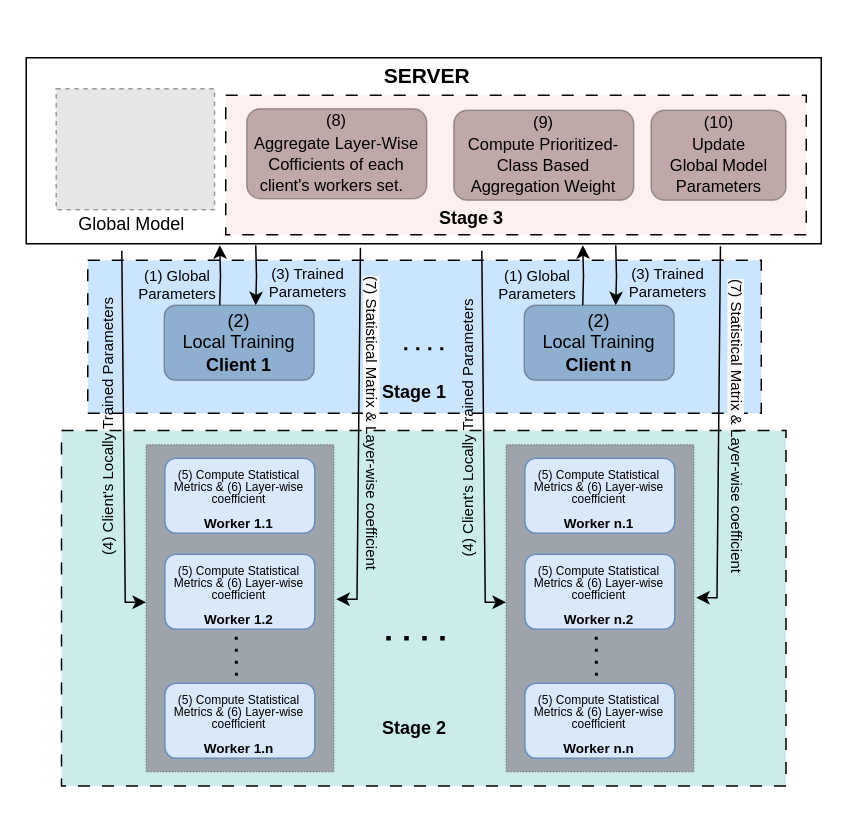
The draw.io diagram Copy of FedSat_FrameWork_Design.drawio in sujit880/Plotting_Graphs, before the edit. Source tidied: cells renumbered, new cells numbered last; positions are measured from the earlier drawing's top-left corner, leaving out a move shared by most shapes. Both pictures are drawn from the tidied source at 150%, with x=0, y=0 at pixel (-26, 56). Pictures stored in the file or linked from it are replaced by grey dashed boxes.
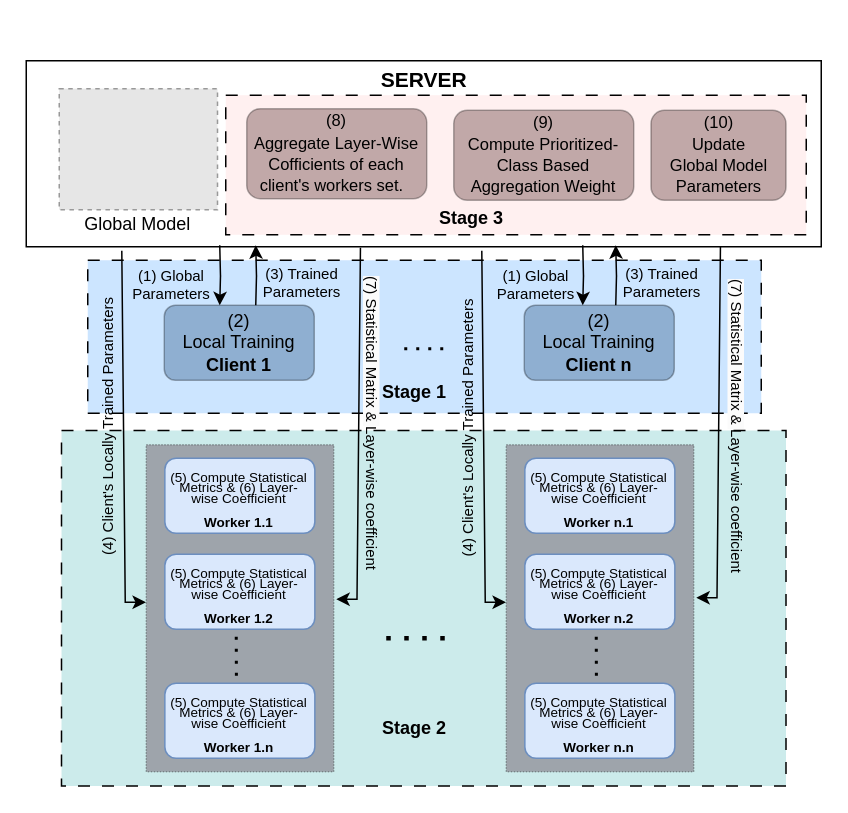
After the change.

Unchanged cells that the change refers to:
```xml
<mxCell id="16" style="group;" parent="1" vertex="1">
  <mxGeometry x="114" y="259" width="125" height="218" as="geometry" />
</mxCell>
<mxCell id="22" style="group;" parent="1" vertex="1">
  <mxGeometry x="354" y="259" width="125" height="218" as="geometry" />
</mxCell>
<mxCell id="28" style="group;" parent="1" vertex="1">
  <mxGeometry x="126" y="126" width="100" height="90" as="geometry" />
</mxCell>
<mxCell id="32" style="group;" parent="1" vertex="1">
  <mxGeometry x="366" y="126" width="100" height="90" as="geometry" />
</mxCell>
```

The edit, as a diff of the source:
```diff
@@
     <mxCell id="3" style="rounded=0;whiteSpace=wrap;html=1;" parent="1" vertex="1">
-      <mxGeometry x="34" y="1" width="530" height="124" as="geometry" />
+      <mxGeometry x="34" y="3" width="530" height="124" as="geometry" />
     </mxCell>
@@
     <mxCell id="11" style="fillColor=#E6E6E6;strokeColor=#999999;dashed=1;verticalLabelPosition=bottom;labelBackgroundColor=default;verticalAlign=top;" parent="1" vertex="1">
-      <mxGeometry x="54" y="21.6" width="105.5" height="80.8" as="geometry" />
+      <mxGeometry x="56" y="21.6" width="105.5" height="80.8" as="geometry" />
     </mxCell>
     <mxCell id="12" value="Global Model" style="text;html=1;align=center;verticalAlign=middle;whiteSpace=wrap;rounded=0;" parent="1" vertex="1">
-      <mxGeometry x="67.1" y="97" width="75.2" height="30" as="geometry" />
+      <mxGeometry x="71.1" y="97" width="75.2" height="30" as="geometry" />
     </mxCell>
-    <mxCell id="13" value="&lt;h1&gt;&lt;b&gt;&lt;font style=&quot;font-size: 14px;&quot;&gt;SERVER&lt;/font&gt;&lt;/b&gt;&lt;/h1&gt;" style="text;html=1;align=center;verticalAlign=middle;whiteSpace=wrap;rounded=0;" parent="1" vertex="1">
-      <mxGeometry x="277.8" width="47.2" height="20" as="geometry" />
+    <mxCell id="13" value="&lt;h1 style=&quot;line-height: 0%;&quot;&gt;&lt;b&gt;&lt;font style=&quot;font-size: 14px;&quot;&gt;SERVER&lt;/font&gt;&lt;/b&gt;&lt;/h1&gt;" style="text;html=1;align=center;verticalAlign=middle;whiteSpace=wrap;rounded=0;" parent="1" vertex="1">
+      <mxGeometry x="264" y="3" width="71" height="22.6" as="geometry" />
     </mxCell>
@@
-    <mxCell id="19" value="&lt;p style=&quot;line-height: 50%;&quot;&gt;&lt;font style=&quot;font-size: 8px;&quot;&gt;(5) Compute Statistical&lt;br&gt;Metrics &amp;amp; (6)&amp;nbsp;&lt;/font&gt;&lt;span style=&quot;background-color: initial;&quot;&gt;&lt;span style=&quot;font-size: 8px;&quot;&gt;Layer-wise coefficient&lt;/span&gt;&lt;/span&gt;&lt;/p&gt;&lt;p style=&quot;line-height: 0%;&quot;&gt;&lt;span style=&quot;background-color: initial;&quot;&gt;&lt;b style=&quot;&quot;&gt;&lt;font style=&quot;font-size: 9px;&quot;&gt;Worker 1.n&lt;/font&gt;&lt;/b&gt;&lt;/span&gt;&lt;/p&gt;" style="rounded=1;whiteSpace=wrap;html=1;fillColor=#dae8fc;strokeColor=#6c8ebf;" parent="16" vertex="1">
+    <mxCell id="19" value="&lt;p style=&quot;line-height: 6px;&quot;&gt;&lt;font style=&quot;font-size: 9px;&quot;&gt;(5)&lt;/font&gt;&lt;font style=&quot;font-size: 9px;&quot;&gt;&amp;nbsp;&lt;/font&gt;&lt;font style=&quot;font-size: 9px;&quot;&gt;Compute&lt;/font&gt;&lt;font style=&quot;font-size: 9px;&quot;&gt;&amp;nbsp;&lt;/font&gt;&lt;font style=&quot;font-size: 9px;&quot;&gt;Statistical&lt;/font&gt;&lt;br&gt;&lt;font style=&quot;font-size: 9px;&quot;&gt;Metrics&lt;/font&gt;&lt;font style=&quot;font-size: 9px;&quot;&gt;&amp;nbsp;&lt;/font&gt;&lt;font style=&quot;font-size: 9px;&quot;&gt;&amp;amp; (6)&amp;nbsp;&lt;/font&gt;&lt;span style=&quot;background-color: initial;&quot;&gt;&lt;font style=&quot;font-size: 9px;&quot;&gt;Layer-wise&lt;/font&gt;&lt;span style=&quot;font-size: 9px;&quot;&gt;&amp;nbsp;C&lt;/span&gt;&lt;font style=&quot;font-size: 9px;&quot;&gt;oefficient&lt;/font&gt;&lt;/span&gt;&lt;/p&gt;&lt;p style=&quot;line-height: 0px;&quot;&gt;&lt;span style=&quot;background-color: initial;&quot;&gt;&lt;b&gt;&lt;font style=&quot;font-size: 9px;&quot;&gt;Worker 1.n&lt;/font&gt;&lt;/b&gt;&lt;/span&gt;&lt;/p&gt;" style="rounded=1;whiteSpace=wrap;html=1;fillColor=#dae8fc;strokeColor=#6c8ebf;" parent="16" vertex="1">
       <mxGeometry x="12.4" y="159" width="100" height="50" as="geometry" />
     </mxCell>
-    <mxCell id="20" value="&lt;p style=&quot;line-height: 50%;&quot;&gt;&lt;font style=&quot;font-size: 8px;&quot;&gt;(5) Compute Statistical&lt;br&gt;Metrics &amp;amp; (6)&amp;nbsp;&lt;/font&gt;&lt;span style=&quot;background-color: initial;&quot;&gt;&lt;span style=&quot;font-size: 8px;&quot;&gt;Layer-wise coefficient&lt;/span&gt;&lt;/span&gt;&lt;/p&gt;&lt;p style=&quot;line-height: 0%;&quot;&gt;&lt;span style=&quot;background-color: initial;&quot;&gt;&lt;b style=&quot;&quot;&gt;&lt;font style=&quot;font-size: 9px;&quot;&gt;Worker 1.1&lt;/font&gt;&lt;/b&gt;&lt;/span&gt;&lt;/p&gt;" style="rounded=1;whiteSpace=wrap;html=1;fillColor=#dae8fc;strokeColor=#6c8ebf;" parent="16" vertex="1">
+    <mxCell id="20" value="&lt;p style=&quot;line-height: 6px;&quot;&gt;&lt;font style=&quot;font-size: 9px;&quot;&gt;(5)&lt;/font&gt;&lt;font style=&quot;font-size: 9px;&quot;&gt;&amp;nbsp;&lt;/font&gt;&lt;font style=&quot;font-size: 9px;&quot;&gt;Compute&lt;/font&gt;&lt;font style=&quot;font-size: 9px;&quot;&gt;&amp;nbsp;&lt;/font&gt;&lt;font style=&quot;font-size: 9px;&quot;&gt;Statistical&lt;/font&gt;&lt;br&gt;&lt;font style=&quot;font-size: 9px;&quot;&gt;Metrics&lt;/font&gt;&lt;font style=&quot;font-size: 9px;&quot;&gt;&amp;nbsp;&lt;/font&gt;&lt;font style=&quot;font-size: 9px;&quot;&gt;&amp;amp; (6)&amp;nbsp;&lt;/font&gt;&lt;span style=&quot;background-color: initial;&quot;&gt;&lt;font style=&quot;font-size: 9px;&quot;&gt;Layer-wise&lt;/font&gt;&lt;span style=&quot;font-size: 9px;&quot;&gt;&amp;nbsp;C&lt;/span&gt;&lt;font style=&quot;font-size: 9px;&quot;&gt;oefficient&lt;/font&gt;&lt;/span&gt;&lt;/p&gt;&lt;p style=&quot;line-height: 0px;&quot;&gt;&lt;span style=&quot;background-color: initial;&quot;&gt;&lt;b&gt;&lt;font style=&quot;font-size: 9px;&quot;&gt;Worker 1.1&lt;/font&gt;&lt;/b&gt;&lt;/span&gt;&lt;/p&gt;" style="rounded=1;whiteSpace=wrap;html=1;fillColor=#dae8fc;strokeColor=#6c8ebf;" parent="16" vertex="1">
       <mxGeometry x="12.4" y="9" width="100" height="50" as="geometry" />
     </mxCell>
-    <mxCell id="21" value="&lt;p style=&quot;line-height: 50%;&quot;&gt;&lt;font style=&quot;font-size: 8px;&quot;&gt;(5) Compute Statistical&lt;br&gt;Metrics &amp;amp; (6)&amp;nbsp;&lt;/font&gt;&lt;span style=&quot;background-color: initial;&quot;&gt;&lt;span style=&quot;font-size: 8px;&quot;&gt;Layer-wise coefficient&lt;/span&gt;&lt;/span&gt;&lt;/p&gt;&lt;p style=&quot;line-height: 0%;&quot;&gt;&lt;span style=&quot;background-color: initial;&quot;&gt;&lt;b style=&quot;&quot;&gt;&lt;font style=&quot;font-size: 9px;&quot;&gt;Worker 1.2&lt;/font&gt;&lt;/b&gt;&lt;/span&gt;&lt;/p&gt;" style="rounded=1;whiteSpace=wrap;html=1;fillColor=#dae8fc;strokeColor=#6c8ebf;" parent="16" vertex="1">
+    <mxCell id="21" value="&lt;p style=&quot;line-height: 6px;&quot;&gt;&lt;font style=&quot;font-size: 9px;&quot;&gt;(5)&lt;/font&gt;&lt;font style=&quot;font-size: 9px;&quot;&gt;&amp;nbsp;&lt;/font&gt;&lt;font style=&quot;font-size: 9px;&quot;&gt;Compute&lt;/font&gt;&lt;font style=&quot;font-size: 9px;&quot;&gt;&amp;nbsp;&lt;/font&gt;&lt;font style=&quot;font-size: 9px;&quot;&gt;Statistical&lt;/font&gt;&lt;br&gt;&lt;font style=&quot;font-size: 9px;&quot;&gt;Metrics&lt;/font&gt;&lt;font style=&quot;font-size: 9px;&quot;&gt;&amp;nbsp;&lt;/font&gt;&lt;font style=&quot;font-size: 9px;&quot;&gt;&amp;amp; (6)&amp;nbsp;&lt;/font&gt;&lt;span style=&quot;background-color: initial;&quot;&gt;&lt;font style=&quot;font-size: 9px;&quot;&gt;Layer-wise&lt;/font&gt;&lt;span style=&quot;font-size: 9px;&quot;&gt;&amp;nbsp;C&lt;/span&gt;&lt;font style=&quot;font-size: 9px;&quot;&gt;oefficient&lt;/font&gt;&lt;/span&gt;&lt;/p&gt;&lt;p style=&quot;line-height: 0px;&quot;&gt;&lt;span style=&quot;background-color: initial;&quot;&gt;&lt;b&gt;&lt;font style=&quot;font-size: 9px;&quot;&gt;Worker 1.2&lt;/font&gt;&lt;/b&gt;&lt;/span&gt;&lt;/p&gt;" style="rounded=1;whiteSpace=wrap;html=1;fillColor=#dae8fc;strokeColor=#6c8ebf;" parent="16" vertex="1">
       <mxGeometry x="12.4" y="73" width="100" height="50" as="geometry" />
     </mxCell>
@@
-    <mxCell id="25" value="&lt;p style=&quot;line-height: 50%;&quot;&gt;&lt;font style=&quot;font-size: 8px;&quot;&gt;(5) Compute Statistical&lt;br&gt;Metrics &amp;amp; (6)&amp;nbsp;&lt;/font&gt;&lt;span style=&quot;background-color: initial;&quot;&gt;&lt;span style=&quot;font-size: 8px;&quot;&gt;Layer-wise coefficient&lt;/span&gt;&lt;/span&gt;&lt;/p&gt;&lt;p style=&quot;line-height: 0%;&quot;&gt;&lt;span style=&quot;background-color: initial;&quot;&gt;&lt;b style=&quot;&quot;&gt;&lt;font style=&quot;font-size: 9px;&quot;&gt;Worker n.n&lt;/font&gt;&lt;/b&gt;&lt;/span&gt;&lt;/p&gt;" style="rounded=1;whiteSpace=wrap;html=1;fillColor=#dae8fc;strokeColor=#6c8ebf;" parent="22" vertex="1">
+    <mxCell id="25" value="&lt;p style=&quot;line-height: 6px;&quot;&gt;&lt;font style=&quot;font-size: 9px;&quot;&gt;(5)&lt;/font&gt;&lt;font style=&quot;font-size: 9px;&quot;&gt;&amp;nbsp;&lt;/font&gt;&lt;font style=&quot;font-size: 9px;&quot;&gt;Compute&lt;/font&gt;&lt;font style=&quot;font-size: 9px;&quot;&gt;&amp;nbsp;&lt;/font&gt;&lt;font style=&quot;font-size: 9px;&quot;&gt;Statistical&lt;/font&gt;&lt;br&gt;&lt;font style=&quot;font-size: 9px;&quot;&gt;Metrics&lt;/font&gt;&lt;font style=&quot;font-size: 9px;&quot;&gt;&amp;nbsp;&lt;/font&gt;&lt;font style=&quot;font-size: 9px;&quot;&gt;&amp;amp; (6)&amp;nbsp;&lt;/font&gt;&lt;span style=&quot;background-color: initial;&quot;&gt;&lt;font style=&quot;font-size: 9px;&quot;&gt;Layer-wise&lt;/font&gt;&lt;span style=&quot;font-size: 9px;&quot;&gt;&amp;nbsp;C&lt;/span&gt;&lt;font style=&quot;font-size: 9px;&quot;&gt;oefficient&lt;/font&gt;&lt;/span&gt;&lt;/p&gt;&lt;p style=&quot;line-height: 0px;&quot;&gt;&lt;span style=&quot;background-color: initial;&quot;&gt;&lt;b&gt;&lt;font style=&quot;font-size: 9px;&quot;&gt;Worker n.n&lt;/font&gt;&lt;/b&gt;&lt;/span&gt;&lt;/p&gt;" style="rounded=1;whiteSpace=wrap;html=1;fillColor=#dae8fc;strokeColor=#6c8ebf;" parent="22" vertex="1">
       <mxGeometry x="12.4" y="159" width="100" height="50" as="geometry" />
     </mxCell>
-    <mxCell id="26" value="&lt;p style=&quot;line-height: 50%;&quot;&gt;&lt;font style=&quot;font-size: 8px;&quot;&gt;(5) Compute Statistical&lt;br&gt;Metrics &amp;amp; (6)&amp;nbsp;&lt;/font&gt;&lt;span style=&quot;background-color: initial;&quot;&gt;&lt;span style=&quot;font-size: 8px;&quot;&gt;Layer-wise coefficient&lt;/span&gt;&lt;/span&gt;&lt;/p&gt;&lt;p style=&quot;line-height: 0%;&quot;&gt;&lt;span style=&quot;background-color: initial;&quot;&gt;&lt;b style=&quot;&quot;&gt;&lt;font style=&quot;font-size: 9px;&quot;&gt;Worker n.1&lt;/font&gt;&lt;/b&gt;&lt;/span&gt;&lt;/p&gt;" style="rounded=1;whiteSpace=wrap;html=1;fillColor=#dae8fc;strokeColor=#6c8ebf;" parent="22" vertex="1">
+    <mxCell id="26" value="&lt;p style=&quot;line-height: 6px;&quot;&gt;&lt;font style=&quot;font-size: 9px;&quot;&gt;(5)&lt;/font&gt;&lt;font style=&quot;font-size: 9px;&quot;&gt;&amp;nbsp;&lt;/font&gt;&lt;font style=&quot;font-size: 9px;&quot;&gt;Compute&lt;/font&gt;&lt;font style=&quot;font-size: 9px;&quot;&gt;&amp;nbsp;&lt;/font&gt;&lt;font style=&quot;font-size: 9px;&quot;&gt;Statistical&lt;/font&gt;&lt;br&gt;&lt;font style=&quot;font-size: 9px;&quot;&gt;Metrics&lt;/font&gt;&lt;font style=&quot;font-size: 9px;&quot;&gt;&amp;nbsp;&lt;/font&gt;&lt;font style=&quot;font-size: 9px;&quot;&gt;&amp;amp; (6)&amp;nbsp;&lt;/font&gt;&lt;span style=&quot;background-color: initial;&quot;&gt;&lt;font style=&quot;font-size: 9px;&quot;&gt;Layer-wise&lt;/font&gt;&lt;span style=&quot;font-size: 9px;&quot;&gt;&amp;nbsp;C&lt;/span&gt;&lt;font style=&quot;font-size: 9px;&quot;&gt;oefficient&lt;/font&gt;&lt;/span&gt;&lt;/p&gt;&lt;p style=&quot;line-height: 0px;&quot;&gt;&lt;span style=&quot;background-color: initial;&quot;&gt;&lt;b&gt;&lt;font style=&quot;font-size: 9px;&quot;&gt;Worker n.1&lt;/font&gt;&lt;/b&gt;&lt;/span&gt;&lt;/p&gt;" style="rounded=1;whiteSpace=wrap;html=1;fillColor=#dae8fc;strokeColor=#6c8ebf;" parent="22" vertex="1">
       <mxGeometry x="12.4" y="9" width="100" height="50" as="geometry" />
     </mxCell>
-    <mxCell id="27" value="&lt;p style=&quot;line-height: 50%;&quot;&gt;&lt;font style=&quot;font-size: 8px;&quot;&gt;(5) Compute Statistical&lt;br&gt;Metrics &amp;amp; (6)&amp;nbsp;&lt;/font&gt;&lt;span style=&quot;background-color: initial;&quot;&gt;&lt;span style=&quot;font-size: 8px;&quot;&gt;Layer-wise coefficient&lt;/span&gt;&lt;/span&gt;&lt;/p&gt;&lt;p style=&quot;line-height: 0%;&quot;&gt;&lt;span style=&quot;background-color: initial;&quot;&gt;&lt;b style=&quot;&quot;&gt;&lt;font style=&quot;font-size: 9px;&quot;&gt;Worker n.2&lt;/font&gt;&lt;/b&gt;&lt;/span&gt;&lt;/p&gt;" style="rounded=1;whiteSpace=wrap;html=1;fillColor=#dae8fc;strokeColor=#6c8ebf;" parent="22" vertex="1">
+    <mxCell id="27" value="&lt;p style=&quot;line-height: 6px;&quot;&gt;&lt;font style=&quot;font-size: 9px;&quot;&gt;(5)&lt;/font&gt;&lt;font style=&quot;font-size: 9px;&quot;&gt;&amp;nbsp;&lt;/font&gt;&lt;font style=&quot;font-size: 9px;&quot;&gt;Compute&lt;/font&gt;&lt;font style=&quot;font-size: 9px;&quot;&gt;&amp;nbsp;&lt;/font&gt;&lt;font style=&quot;font-size: 9px;&quot;&gt;Statistical&lt;/font&gt;&lt;br&gt;&lt;font style=&quot;font-size: 9px;&quot;&gt;Metrics&lt;/font&gt;&lt;font style=&quot;font-size: 9px;&quot;&gt;&amp;nbsp;&lt;/font&gt;&lt;font style=&quot;font-size: 9px;&quot;&gt;&amp;amp; (6)&amp;nbsp;&lt;/font&gt;&lt;span style=&quot;background-color: initial;&quot;&gt;&lt;font style=&quot;font-size: 9px;&quot;&gt;Layer-wise&lt;/font&gt;&lt;span style=&quot;font-size: 9px;&quot;&gt;&amp;nbsp;C&lt;/span&gt;&lt;font style=&quot;font-size: 9px;&quot;&gt;oefficient&lt;/font&gt;&lt;/span&gt;&lt;/p&gt;&lt;p style=&quot;line-height: 0px;&quot;&gt;&lt;span style=&quot;background-color: initial;&quot;&gt;&lt;b&gt;&lt;font style=&quot;font-size: 9px;&quot;&gt;Worker n.2&lt;/font&gt;&lt;/b&gt;&lt;/span&gt;&lt;/p&gt;" style="rounded=1;whiteSpace=wrap;html=1;fillColor=#dae8fc;strokeColor=#6c8ebf;" parent="22" vertex="1">
       <mxGeometry x="12.4" y="73" width="100" height="50" as="geometry" />
     </mxCell>
@@
     <mxCell id="29" style="edgeStyle=orthogonalEdgeStyle;rounded=0;orthogonalLoop=1;jettySize=auto;html=1;exitX=0.25;exitY=0;exitDx=0;exitDy=0;" parent="28" edge="1">
       <mxGeometry relative="1" as="geometry">
-        <mxPoint x="37" y="40" as="sourcePoint" />
-        <mxPoint x="37" as="targetPoint" />
+        <mxPoint x="37" as="sourcePoint" />
+        <mxPoint x="37" y="40" as="targetPoint" />
       </mxGeometry>
     </mxCell>
     <mxCell id="30" style="edgeStyle=orthogonalEdgeStyle;rounded=0;orthogonalLoop=1;jettySize=auto;html=1;entryX=0.75;entryY=0;entryDx=0;entryDy=0;" parent="28" edge="1">
       <mxGeometry relative="1" as="geometry">
-        <mxPoint x="61" as="sourcePoint" />
-        <mxPoint x="61" y="40" as="targetPoint" />
+        <mxPoint x="61" y="40" as="sourcePoint" />
+        <mxPoint x="61" as="targetPoint" />
       </mxGeometry>
     </mxCell>
@@
     <mxCell id="33" style="edgeStyle=orthogonalEdgeStyle;rounded=0;orthogonalLoop=1;jettySize=auto;html=1;exitX=0.25;exitY=0;exitDx=0;exitDy=0;" parent="32" edge="1">
       <mxGeometry relative="1" as="geometry">
-        <mxPoint x="39" y="40" as="sourcePoint" />
-        <mxPoint x="39" as="targetPoint" />
+        <mxPoint x="39" as="sourcePoint" />
+        <mxPoint x="39" y="40" as="targetPoint" />
       </mxGeometry>
     </mxCell>
     <mxCell id="34" style="edgeStyle=orthogonalEdgeStyle;rounded=0;orthogonalLoop=1;jettySize=auto;html=1;entryX=0.75;entryY=0;entryDx=0;entryDy=0;" parent="32" edge="1">
       <mxGeometry relative="1" as="geometry">
-        <mxPoint x="61" as="sourcePoint" />
-        <mxPoint x="61" y="40" as="targetPoint" />
+        <mxPoint x="61" y="40" as="sourcePoint" />
+        <mxPoint x="61" as="targetPoint" />
       </mxGeometry>
     </mxCell>
@@
     <mxCell id="42" value="&lt;p style=&quot;line-height: 90%;&quot;&gt;&lt;font style=&quot;font-size: 10px;&quot;&gt;(1) Global Parameters&lt;/font&gt;&lt;/p&gt;" style="text;html=1;align=center;verticalAlign=middle;whiteSpace=wrap;rounded=0;" parent="1" vertex="1">
-      <mxGeometry x="104.5" y="137" width="60" height="30" as="geometry" />
+      <mxGeometry x="100.5" y="137" width="60" height="30" as="geometry" />
     </mxCell>
     <mxCell id="43" value="&lt;p style=&quot;line-height: 90%;&quot;&gt;&lt;font style=&quot;font-size: 10px;&quot;&gt;(1) Global Parameters&lt;/font&gt;&lt;/p&gt;" style="text;html=1;align=center;verticalAlign=middle;whiteSpace=wrap;rounded=0;" parent="1" vertex="1">
-      <mxGeometry x="344.5" y="137" width="60" height="30" as="geometry" />
+      <mxGeometry x="343.5" y="137" width="60" height="30" as="geometry" />
     </mxCell>
     <mxCell id="44" value="&lt;p style=&quot;line-height: 90%;&quot;&gt;&lt;font style=&quot;font-size: 10px;&quot;&gt;(3) Trained Parameters&lt;/font&gt;&lt;/p&gt;" style="text;html=1;align=center;verticalAlign=middle;whiteSpace=wrap;rounded=0;" parent="1" vertex="1">
-      <mxGeometry x="431.5" y="136" width="60" height="30" as="geometry" />
+      <mxGeometry x="427.5" y="136" width="60" height="30" as="geometry" />
     </mxCell>
     <mxCell id="45" value="&lt;p style=&quot;line-height: 90%;&quot;&gt;&lt;font style=&quot;font-size: 10px;&quot;&gt;(3) Trained Parameters&lt;/font&gt;&lt;/p&gt;" style="text;html=1;align=center;verticalAlign=middle;whiteSpace=wrap;rounded=0;" parent="1" vertex="1">
-      <mxGeometry x="191.5" y="136" width="60" height="30" as="geometry" />
+      <mxGeometry x="187.5" y="136" width="60" height="30" as="geometry" />
     </mxCell>
```
